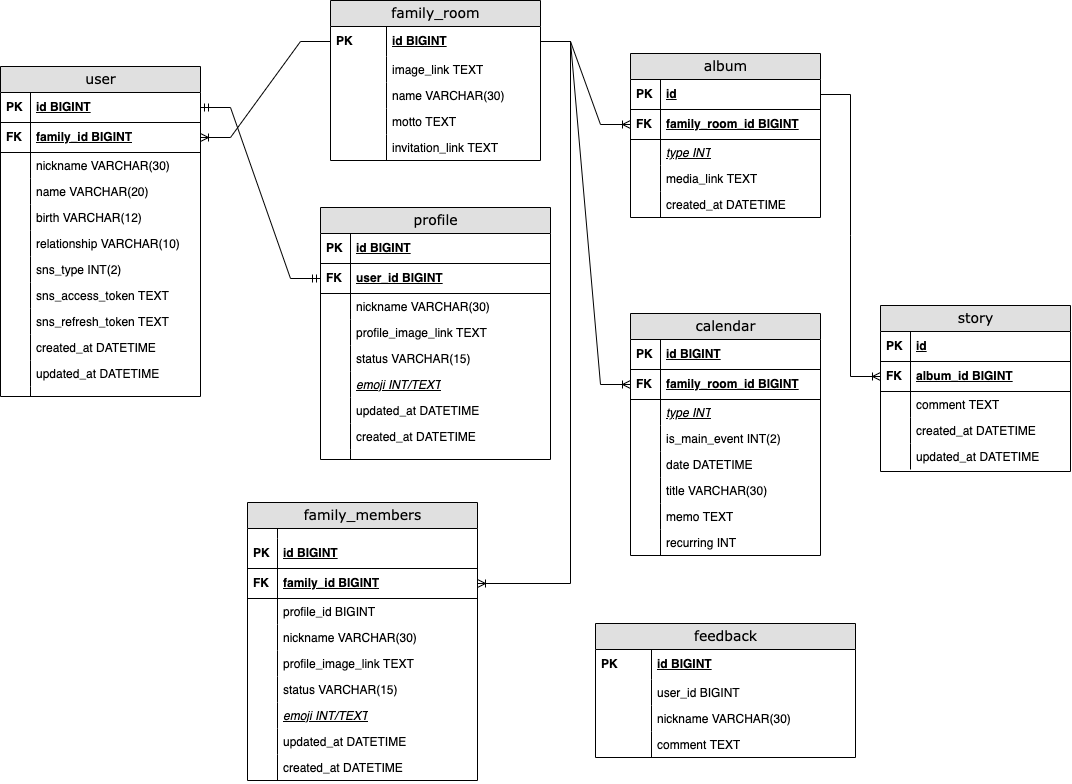
Above: sofa_erd_v2.png in AnneMayor/TestRepository (draw.io), before the change. Source tidied: cells renumbered, new cells last; positions are measured from the earlier drawing's top-left corner, leaving out a move shared by most shapes.
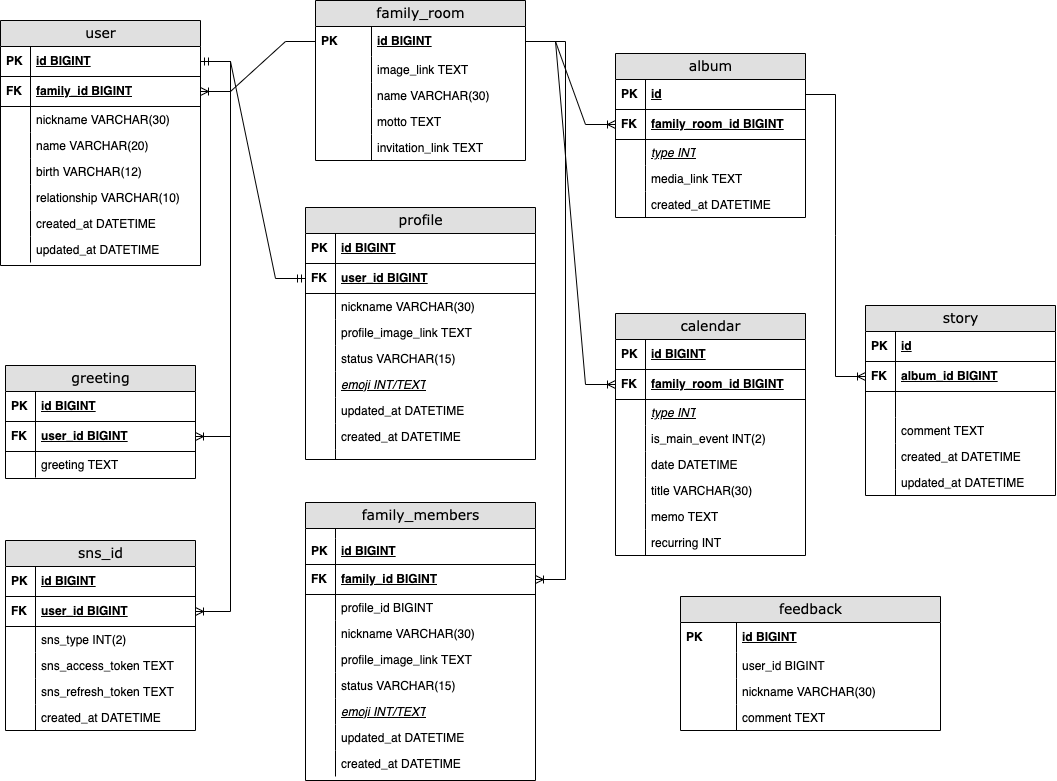
After the change.

The edit, as a diff of the source:
```diff
@@ -179,3 +179,3 @@
     <mxCell id="60" value="feedback" style="swimlane;html=1;fontStyle=0;horizontal=1;startSize=26;fillColor=#e0e0e0;swimlaneFillColor=#ffffff;align=center;rounded=0;shadow=0;comic=0;labelBackgroundColor=none;strokeWidth=1;fontFamily=Verdana;fontSize=14;" parent="1" vertex="1">
-      <mxGeometry x="595" y="623" width="260" height="134" as="geometry" />
+      <mxGeometry x="695" y="596" width="260" height="134" as="geometry" />
     </mxCell>
@@ -206,3 +206,3 @@
     <mxCell id="69" value="user" style="swimlane;html=1;fontStyle=0;horizontal=1;startSize=26;fillColor=#e0e0e0;swimlaneFillColor=#ffffff;align=center;rounded=0;shadow=0;comic=0;labelBackgroundColor=none;strokeWidth=1;fontFamily=Verdana;fontSize=14;" parent="1" vertex="1">
-      <mxGeometry y="66" width="200" height="330" as="geometry" />
+      <mxGeometry x="15" y="20" width="200" height="245" as="geometry" />
     </mxCell>
@@ -244,22 +244,4 @@
     </mxCell>
-    <mxCell id="82" value="sns_type INT(2)" style="shape=partialRectangle;top=0;left=0;right=0;bottom=0;html=1;align=left;verticalAlign=top;fillColor=none;spacingLeft=34;spacingRight=4;whiteSpace=wrap;overflow=hidden;" parent="69" vertex="1">
-      <mxGeometry y="190" width="200" height="26" as="geometry" />
-    </mxCell>
-    <mxCell id="83" style="shape=partialRectangle;top=0;left=0;bottom=0;html=1;fillColor=none;align=left;verticalAlign=top;spacingLeft=4;spacingRight=4;whiteSpace=wrap;overflow=hidden;" parent="82" vertex="1">
-      <mxGeometry width="30" height="26" as="geometry" />
-    </mxCell>
-    <mxCell id="84" value="sns_access_token TEXT" style="shape=partialRectangle;top=0;left=0;right=0;bottom=0;html=1;align=left;verticalAlign=top;fillColor=none;spacingLeft=34;spacingRight=4;whiteSpace=wrap;overflow=hidden;" parent="69" vertex="1">
-      <mxGeometry y="216" width="200" height="26" as="geometry" />
-    </mxCell>
-    <mxCell id="85" style="shape=partialRectangle;top=0;left=0;bottom=0;html=1;fillColor=none;align=left;verticalAlign=top;spacingLeft=4;spacingRight=4;whiteSpace=wrap;overflow=hidden;" parent="84" vertex="1">
-      <mxGeometry width="30" height="26" as="geometry" />
-    </mxCell>
-    <mxCell id="86" value="sns_refresh_token TEXT" style="shape=partialRectangle;top=0;left=0;right=0;bottom=0;html=1;align=left;verticalAlign=top;fillColor=none;spacingLeft=34;spacingRight=4;whiteSpace=wrap;overflow=hidden;" parent="69" vertex="1">
-      <mxGeometry y="242" width="200" height="26" as="geometry" />
-    </mxCell>
-    <mxCell id="87" style="shape=partialRectangle;top=0;left=0;bottom=0;html=1;fillColor=none;align=left;verticalAlign=top;spacingLeft=4;spacingRight=4;whiteSpace=wrap;overflow=hidden;" parent="86" vertex="1">
-      <mxGeometry width="30" height="26" as="geometry" />
-    </mxCell>
     <mxCell id="88" value="created_at DATETIME" style="shape=partialRectangle;top=0;left=0;right=0;bottom=0;html=1;align=left;verticalAlign=top;fillColor=none;spacingLeft=34;spacingRight=4;whiteSpace=wrap;overflow=hidden;" parent="69" vertex="1">
-      <mxGeometry y="268" width="200" height="26" as="geometry" />
+      <mxGeometry y="190" width="200" height="26" as="geometry" />
     </mxCell>
@@ -269,3 +251,3 @@
     <mxCell id="90" value="updated_at DATETIME" style="shape=partialRectangle;top=0;left=0;right=0;bottom=0;html=1;align=left;verticalAlign=top;fillColor=none;spacingLeft=34;spacingRight=4;whiteSpace=wrap;overflow=hidden;" parent="69" vertex="1">
-      <mxGeometry y="294" width="200" height="26" as="geometry" />
+      <mxGeometry y="216" width="200" height="26" as="geometry" />
     </mxCell>
@@ -274,8 +256,2 @@
     </mxCell>
-    <mxCell id="92" style="shape=partialRectangle;top=0;left=0;right=0;bottom=0;html=1;align=left;verticalAlign=top;fillColor=none;spacingLeft=34;spacingRight=4;whiteSpace=wrap;overflow=hidden;" parent="69" vertex="1">
-      <mxGeometry y="320" width="200" height="10" as="geometry" />
-    </mxCell>
-    <mxCell id="93" style="shape=partialRectangle;top=0;left=0;bottom=0;html=1;fillColor=none;align=left;verticalAlign=top;spacingLeft=4;spacingRight=4;whiteSpace=wrap;overflow=hidden;" parent="92" vertex="1">
-      <mxGeometry width="30" height="10" as="geometry" />
-    </mxCell>
     <mxCell id="94" style="edgeStyle=entityRelationEdgeStyle;fontSize=12;html=1;endArrow=ERoneToMany;rounded=0;entryX=1;entryY=0.5;entryDx=0;entryDy=0;exitX=0;exitY=0.5;exitDx=0;exitDy=0;" parent="1" edge="1" source="3" target="72">
@@ -287,3 +263,3 @@
     <mxCell id="96" value="family_members" style="swimlane;html=1;fontStyle=0;horizontal=1;startSize=26;fillColor=#e0e0e0;swimlaneFillColor=#ffffff;align=center;rounded=0;shadow=0;comic=0;labelBackgroundColor=none;strokeWidth=1;fontFamily=Verdana;fontSize=14;" parent="1" vertex="1">
-      <mxGeometry x="247" y="502" width="230" height="278" as="geometry" />
+      <mxGeometry x="320" y="502" width="230" height="278" as="geometry" />
     </mxCell>
@@ -296,9 +272,9 @@
     <mxCell id="99" value="id BIGINT" style="shape=partialRectangle;top=0;left=0;right=0;bottom=1;html=1;align=left;verticalAlign=middle;fillColor=none;spacingLeft=34;spacingRight=4;whiteSpace=wrap;overflow=hidden;fontStyle=5;" parent="96" vertex="1">
-      <mxGeometry y="36" width="230" height="30" as="geometry" />
+      <mxGeometry y="36" width="230" height="26" as="geometry" />
     </mxCell>
     <mxCell id="100" value="&lt;b&gt;PK&lt;/b&gt;" style="shape=partialRectangle;top=0;left=0;bottom=0;html=1;fillColor=none;align=left;verticalAlign=middle;spacingLeft=4;spacingRight=4;whiteSpace=wrap;overflow=hidden;" parent="99" vertex="1">
-      <mxGeometry width="30" height="30" as="geometry" />
+      <mxGeometry width="30" height="26" as="geometry" />
     </mxCell>
     <mxCell id="101" value="family_id BIGINT" style="shape=partialRectangle;top=0;left=0;right=0;bottom=1;html=1;align=left;verticalAlign=middle;fillColor=none;spacingLeft=34;spacingRight=4;whiteSpace=wrap;overflow=hidden;points=[[0,0.5],[1,0.5]];portConstraint=eastwest;fontStyle=5;" parent="96" vertex="1">
-      <mxGeometry y="66" width="230" height="30" as="geometry" />
+      <mxGeometry y="62" width="230" height="30" as="geometry" />
     </mxCell>
@@ -308,3 +284,3 @@
     <mxCell id="103" value="profile_id BIGINT" style="shape=partialRectangle;top=0;left=0;right=0;bottom=0;html=1;align=left;verticalAlign=top;fillColor=none;spacingLeft=34;spacingRight=4;whiteSpace=wrap;overflow=hidden;" parent="96" vertex="1">
-      <mxGeometry y="96" width="230" height="26" as="geometry" />
+      <mxGeometry y="92" width="230" height="26" as="geometry" />
     </mxCell>
@@ -314,3 +290,3 @@
     <mxCell id="105" value="nickname VARCHAR(30)" style="shape=partialRectangle;top=0;left=0;right=0;bottom=0;html=1;align=left;verticalAlign=top;fillColor=none;spacingLeft=34;spacingRight=4;whiteSpace=wrap;overflow=hidden;" parent="96" vertex="1">
-      <mxGeometry y="122" width="230" height="26" as="geometry" />
+      <mxGeometry y="118" width="230" height="26" as="geometry" />
     </mxCell>
@@ -320,3 +296,3 @@
     <mxCell id="107" value="profile_image_link TEXT" style="shape=partialRectangle;top=0;left=0;right=0;bottom=0;html=1;align=left;verticalAlign=top;fillColor=none;spacingLeft=34;spacingRight=4;whiteSpace=wrap;overflow=hidden;" parent="96" vertex="1">
-      <mxGeometry y="148" width="230" height="26" as="geometry" />
+      <mxGeometry y="144" width="230" height="26" as="geometry" />
     </mxCell>
@@ -326,3 +302,3 @@
     <mxCell id="109" value="status VARCHAR(15)" style="shape=partialRectangle;top=0;left=0;right=0;bottom=0;html=1;align=left;verticalAlign=top;fillColor=none;spacingLeft=34;spacingRight=4;whiteSpace=wrap;overflow=hidden;" parent="96" vertex="1">
-      <mxGeometry y="174" width="230" height="26" as="geometry" />
+      <mxGeometry y="170" width="230" height="26" as="geometry" />
     </mxCell>
@@ -332,3 +308,3 @@
     <mxCell id="111" value="&lt;u&gt;&lt;i&gt;emoji INT/TEXT&lt;/i&gt;&lt;/u&gt;" style="shape=partialRectangle;top=0;left=0;right=0;bottom=0;html=1;align=left;verticalAlign=top;fillColor=none;spacingLeft=34;spacingRight=4;whiteSpace=wrap;overflow=hidden;" parent="96" vertex="1">
-      <mxGeometry y="200" width="230" height="26" as="geometry" />
+      <mxGeometry y="196" width="230" height="26" as="geometry" />
     </mxCell>
@@ -338,3 +314,3 @@
     <mxCell id="113" value="updated_at DATETIME" style="shape=partialRectangle;top=0;left=0;right=0;bottom=0;html=1;align=left;verticalAlign=top;fillColor=none;spacingLeft=34;spacingRight=4;whiteSpace=wrap;overflow=hidden;" parent="96" vertex="1">
-      <mxGeometry y="226" width="230" height="26" as="geometry" />
+      <mxGeometry y="222" width="230" height="26" as="geometry" />
     </mxCell>
@@ -344,3 +320,3 @@
     <mxCell id="115" value="created_at DATETIME" style="shape=partialRectangle;top=0;left=0;right=0;bottom=0;html=1;align=left;verticalAlign=top;fillColor=none;spacingLeft=34;spacingRight=4;whiteSpace=wrap;overflow=hidden;" parent="96" vertex="1">
-      <mxGeometry y="252" width="230" height="26" as="geometry" />
+      <mxGeometry y="248" width="230" height="26" as="geometry" />
     </mxCell>
@@ -359,3 +335,3 @@
     <mxCell id="120" value="story" style="swimlane;html=1;fontStyle=0;horizontal=1;startSize=26;fillColor=#e0e0e0;swimlaneFillColor=#ffffff;align=center;rounded=0;shadow=0;comic=0;labelBackgroundColor=none;strokeWidth=1;fontFamily=Verdana;fontSize=14;swimlaneLine=1;" parent="1" vertex="1">
-      <mxGeometry x="880" y="305" width="190" height="166" as="geometry" />
+      <mxGeometry x="880" y="305" width="190" height="190" as="geometry" />
     </mxCell>
@@ -373,3 +349,3 @@
     </mxCell>
-    <mxCell id="125" value="comment TEXT" style="shape=partialRectangle;top=0;left=0;right=0;bottom=0;html=1;align=left;verticalAlign=top;fillColor=none;spacingLeft=34;spacingRight=4;whiteSpace=wrap;overflow=hidden;" parent="120" vertex="1">
+    <mxCell id="125" style="shape=partialRectangle;top=0;left=0;right=0;bottom=0;html=1;align=left;verticalAlign=top;fillColor=none;spacingLeft=34;spacingRight=4;whiteSpace=wrap;overflow=hidden;" parent="120" vertex="1">
       <mxGeometry y="86" width="190" height="26" as="geometry" />
@@ -379,4 +355,10 @@
     </mxCell>
+    <mxCell id="132" value="comment TEXT" style="shape=partialRectangle;top=0;left=0;right=0;bottom=0;html=1;align=left;verticalAlign=top;fillColor=none;spacingLeft=34;spacingRight=4;whiteSpace=wrap;overflow=hidden;" parent="120" vertex="1">
+      <mxGeometry y="112" width="190" height="26" as="geometry" />
+    </mxCell>
+    <mxCell id="133" style="shape=partialRectangle;top=0;left=0;bottom=0;html=1;fillColor=none;align=left;verticalAlign=top;spacingLeft=4;spacingRight=4;whiteSpace=wrap;overflow=hidden;" parent="132" vertex="1">
+      <mxGeometry width="30" height="26" as="geometry" />
+    </mxCell>
     <mxCell id="127" value="created_at DATETIME" style="shape=partialRectangle;top=0;left=0;right=0;bottom=0;html=1;align=left;verticalAlign=top;fillColor=none;spacingLeft=34;spacingRight=4;whiteSpace=wrap;overflow=hidden;" parent="120" vertex="1">
-      <mxGeometry y="112" width="190" height="26" as="geometry" />
+      <mxGeometry y="138" width="190" height="26" as="geometry" />
     </mxCell>
@@ -386,3 +368,3 @@
     <mxCell id="129" value="updated_at DATETIME" style="shape=partialRectangle;top=0;left=0;right=0;bottom=0;html=1;align=left;verticalAlign=top;fillColor=none;spacingLeft=34;spacingRight=4;whiteSpace=wrap;overflow=hidden;" parent="120" vertex="1">
-      <mxGeometry y="138" width="190" height="26" as="geometry" />
+      <mxGeometry y="164" width="190" height="26" as="geometry" />
     </mxCell>
@@ -394,2 +376,68 @@
     </mxCell>
+    <mxCell id="134" value="greeting" style="swimlane;html=1;fontStyle=0;horizontal=1;startSize=26;fillColor=#e0e0e0;swimlaneFillColor=#ffffff;align=center;rounded=0;shadow=0;comic=0;labelBackgroundColor=none;strokeWidth=1;fontFamily=Verdana;fontSize=14;swimlaneLine=1;" parent="1" vertex="1">
+      <mxGeometry x="20" y="365" width="190" height="113" as="geometry" />
+    </mxCell>
+    <mxCell id="135" value="id BIGINT" style="shape=partialRectangle;top=0;left=0;right=0;bottom=1;html=1;align=left;verticalAlign=middle;fillColor=none;spacingLeft=34;spacingRight=4;whiteSpace=wrap;overflow=hidden;fontStyle=5;" parent="134" vertex="1">
+      <mxGeometry y="26" width="190" height="30" as="geometry" />
+    </mxCell>
+    <mxCell id="136" value="&lt;b&gt;PK&lt;/b&gt;" style="shape=partialRectangle;top=0;left=0;bottom=0;html=1;fillColor=none;align=left;verticalAlign=middle;spacingLeft=4;spacingRight=4;whiteSpace=wrap;overflow=hidden;" parent="135" vertex="1">
+      <mxGeometry width="30" height="30" as="geometry" />
+    </mxCell>
+    <mxCell id="137" value="user_id BIGINT" style="shape=partialRectangle;top=0;left=0;right=0;bottom=1;html=1;align=left;verticalAlign=middle;fillColor=none;spacingLeft=34;spacingRight=4;whiteSpace=wrap;overflow=hidden;points=[[0,0.5],[1,0.5]];portConstraint=eastwest;fontStyle=5;" parent="134" vertex="1">
+      <mxGeometry y="56" width="190" height="30" as="geometry" />
+    </mxCell>
+    <mxCell id="138" value="&lt;b&gt;FK&lt;/b&gt;" style="shape=partialRectangle;top=0;left=0;bottom=0;html=1;fillColor=none;align=left;verticalAlign=middle;spacingLeft=4;spacingRight=4;whiteSpace=wrap;overflow=hidden;" parent="137" vertex="1">
+      <mxGeometry width="30" height="30" as="geometry" />
+    </mxCell>
+    <mxCell id="139" value="greeting TEXT" style="shape=partialRectangle;top=0;left=0;right=0;bottom=0;html=1;align=left;verticalAlign=top;fillColor=none;spacingLeft=34;spacingRight=4;whiteSpace=wrap;overflow=hidden;" parent="134" vertex="1">
+      <mxGeometry y="86" width="190" height="26" as="geometry" />
+    </mxCell>
+    <mxCell id="140" style="shape=partialRectangle;top=0;left=0;bottom=0;html=1;fillColor=none;align=left;verticalAlign=top;spacingLeft=4;spacingRight=4;whiteSpace=wrap;overflow=hidden;" parent="139" vertex="1">
+      <mxGeometry width="30" height="26" as="geometry" />
+    </mxCell>
+    <mxCell id="141" value="sns_id" style="swimlane;html=1;fontStyle=0;horizontal=1;startSize=26;fillColor=#e0e0e0;swimlaneFillColor=#ffffff;align=center;rounded=0;shadow=0;comic=0;labelBackgroundColor=none;strokeWidth=1;fontFamily=Verdana;fontSize=14;swimlaneLine=1;" parent="1" vertex="1">
+      <mxGeometry x="20" y="540" width="190" height="190" as="geometry" />
+    </mxCell>
+    <mxCell id="142" value="id BIGINT" style="shape=partialRectangle;top=0;left=0;right=0;bottom=1;html=1;align=left;verticalAlign=middle;fillColor=none;spacingLeft=34;spacingRight=4;whiteSpace=wrap;overflow=hidden;fontStyle=5;" parent="141" vertex="1">
+      <mxGeometry y="26" width="190" height="30" as="geometry" />
+    </mxCell>
+    <mxCell id="143" value="&lt;b&gt;PK&lt;/b&gt;" style="shape=partialRectangle;top=0;left=0;bottom=0;html=1;fillColor=none;align=left;verticalAlign=middle;spacingLeft=4;spacingRight=4;whiteSpace=wrap;overflow=hidden;" parent="142" vertex="1">
+      <mxGeometry width="30" height="30" as="geometry" />
+    </mxCell>
+    <mxCell id="144" value="user_id BIGINT" style="shape=partialRectangle;top=0;left=0;right=0;bottom=1;html=1;align=left;verticalAlign=middle;fillColor=none;spacingLeft=34;spacingRight=4;whiteSpace=wrap;overflow=hidden;points=[[0,0.5],[1,0.5]];portConstraint=eastwest;fontStyle=5;" parent="141" vertex="1">
+      <mxGeometry y="56" width="190" height="30" as="geometry" />
+    </mxCell>
+    <mxCell id="145" value="&lt;span style=&quot;font-weight: 700&quot;&gt;FK&lt;/span&gt;" style="shape=partialRectangle;top=0;left=0;bottom=0;html=1;fillColor=none;align=left;verticalAlign=middle;spacingLeft=4;spacingRight=4;whiteSpace=wrap;overflow=hidden;" parent="144" vertex="1">
+      <mxGeometry width="30" height="30" as="geometry" />
+    </mxCell>
+    <mxCell id="82" value="sns_type INT(2)" style="shape=partialRectangle;top=0;left=0;right=0;bottom=0;html=1;align=left;verticalAlign=top;fillColor=none;spacingLeft=34;spacingRight=4;whiteSpace=wrap;overflow=hidden;" parent="141" vertex="1">
+      <mxGeometry y="86" width="190" height="26" as="geometry" />
+    </mxCell>
+    <mxCell id="83" style="shape=partialRectangle;top=0;left=0;bottom=0;html=1;fillColor=none;align=left;verticalAlign=top;spacingLeft=4;spacingRight=4;whiteSpace=wrap;overflow=hidden;" parent="82" vertex="1">
+      <mxGeometry width="30" height="26" as="geometry" />
+    </mxCell>
+    <mxCell id="84" value="sns_access_token TEXT" style="shape=partialRectangle;top=0;left=0;right=0;bottom=0;html=1;align=left;verticalAlign=top;fillColor=none;spacingLeft=34;spacingRight=4;whiteSpace=wrap;overflow=hidden;" parent="141" vertex="1">
+      <mxGeometry y="112" width="190" height="26" as="geometry" />
+    </mxCell>
+    <mxCell id="146" style="shape=partialRectangle;top=0;left=0;bottom=0;html=1;fillColor=none;align=left;verticalAlign=top;spacingLeft=4;spacingRight=4;whiteSpace=wrap;overflow=hidden;" parent="84" vertex="1">
+      <mxGeometry width="30" height="26" as="geometry" />
+    </mxCell>
+    <mxCell id="86" value="sns_refresh_token TEXT" style="shape=partialRectangle;top=0;left=0;right=0;bottom=0;html=1;align=left;verticalAlign=top;fillColor=none;spacingLeft=34;spacingRight=4;whiteSpace=wrap;overflow=hidden;" parent="141" vertex="1">
+      <mxGeometry y="138" width="190" height="26" as="geometry" />
+    </mxCell>
+    <mxCell id="147" style="shape=partialRectangle;top=0;left=0;bottom=0;html=1;fillColor=none;align=left;verticalAlign=top;spacingLeft=4;spacingRight=4;whiteSpace=wrap;overflow=hidden;" parent="86" vertex="1">
+      <mxGeometry width="30" height="26" as="geometry" />
+    </mxCell>
+    <mxCell id="148" value="created_at DATETIME" style="shape=partialRectangle;top=0;left=0;right=0;bottom=0;html=1;align=left;verticalAlign=top;fillColor=none;spacingLeft=34;spacingRight=4;whiteSpace=wrap;overflow=hidden;" parent="141" vertex="1">
+      <mxGeometry y="164" width="190" height="26" as="geometry" />
+    </mxCell>
+    <mxCell id="149" style="shape=partialRectangle;top=0;left=0;bottom=0;html=1;fillColor=none;align=left;verticalAlign=top;spacingLeft=4;spacingRight=4;whiteSpace=wrap;overflow=hidden;" parent="148" vertex="1">
+      <mxGeometry width="30" height="26" as="geometry" />
+    </mxCell>
+    <mxCell id="150" style="edgeStyle=entityRelationEdgeStyle;fontSize=12;html=1;endArrow=ERoneToMany;rounded=0;" parent="1" edge="1" source="70" target="137">
+      <mxGeometry relative="1" as="geometry" />
+    </mxCell>
+    <mxCell id="151" style="edgeStyle=entityRelationEdgeStyle;fontSize=12;html=1;endArrow=ERoneToMany;rounded=0;entryX=1;entryY=0.5;entryDx=0;entryDy=0;" parent="1" edge="1" source="70" target="144">
+      <mxGeometry relative="1" as="geometry" />
+    </mxCell>
   </root>
```
